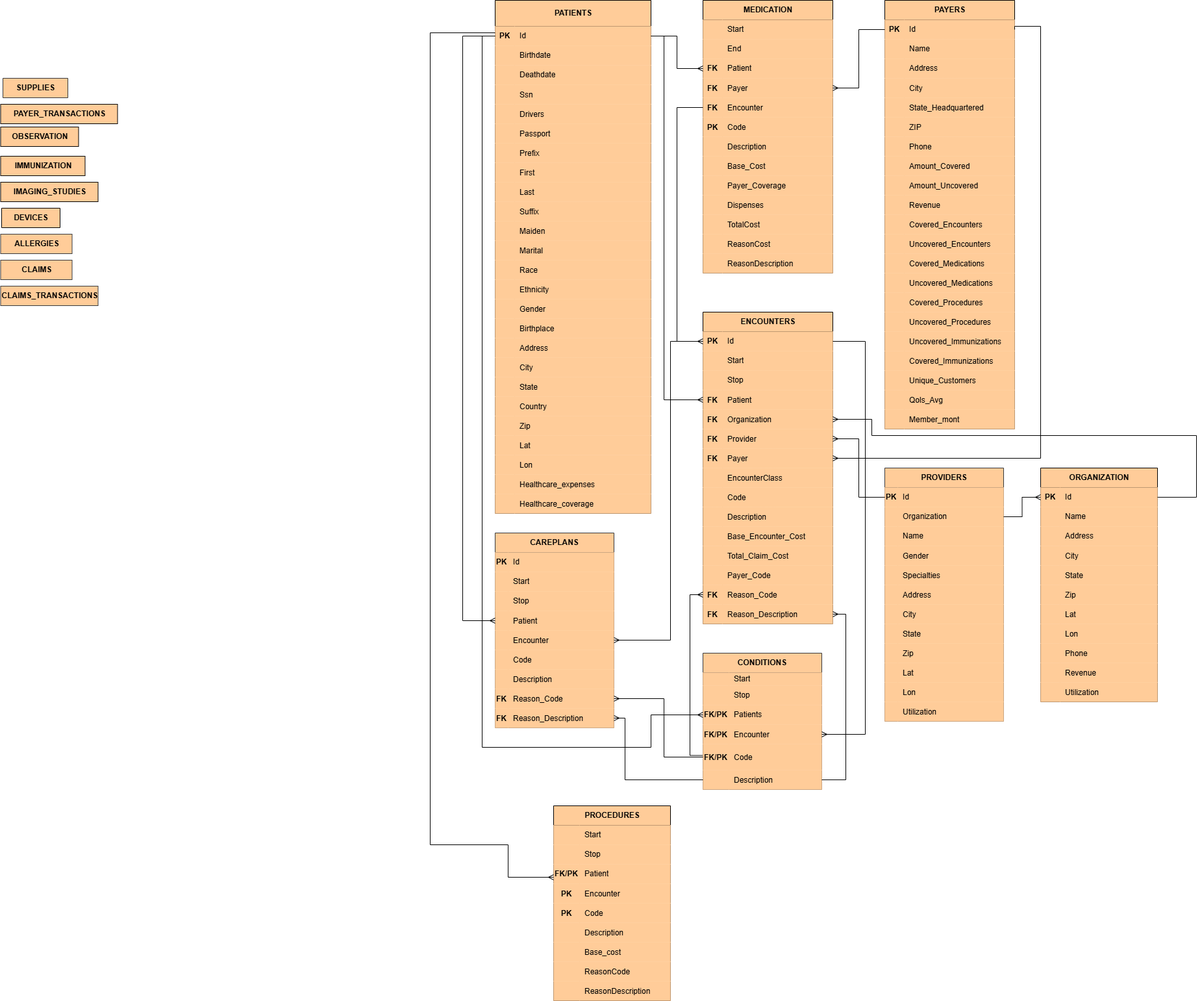
Above: BigDataProject.drawio.png in UtsuroNoArashi/BigDataProject (draw.io), before the change. Source tidied: cells renumbered, new cells last; positions are measured from the earlier drawing's top-left corner, leaving out a move shared by most shapes.
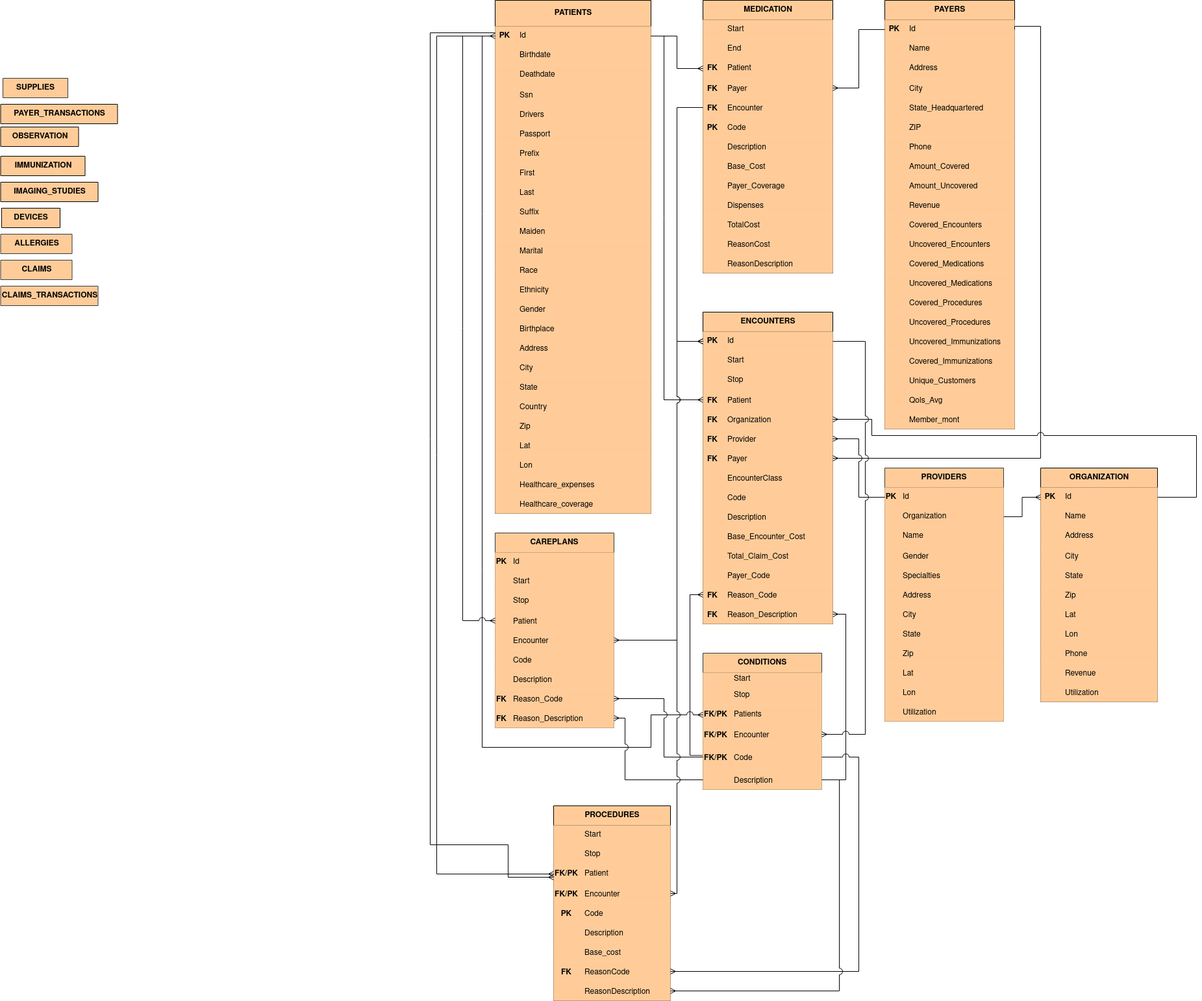
Above is the later version.

Change to the diagram source:
```diff
@@ -152,7 +152,7 @@
     <mxCell id="51" style="shape=tableRow;horizontal=0;startSize=0;swimlaneHead=0;swimlaneBody=0;fillColor=light-dark(#FFCC99,#B98351);points=[[0,0.5],[1,0.5]];portConstraint=eastwest;top=0;left=0;right=0;bottom=0;strokeColor=default;fontColor=light-dark(#000000,#000000);" parent="41" vertex="1">
       <mxGeometry y="120" width="180" height="30" as="geometry" />
     </mxCell>
-    <mxCell id="52" value="PK" style="shape=partialRectangle;fillColor=light-dark(#FFCC99,#B98351);top=0;left=0;bottom=0;right=0;overflow=hidden;strokeColor=default;fontColor=light-dark(#000000,#000000);fontStyle=1;" parent="51" vertex="1">
+    <mxCell id="52" value="FK/PK" style="shape=partialRectangle;fillColor=light-dark(#FFCC99,#B98351);top=0;left=0;bottom=0;right=0;overflow=hidden;strokeColor=default;fontColor=light-dark(#000000,#000000);fontStyle=1;" parent="51" vertex="1">
       <mxGeometry width="40" height="30" as="geometry" />
     </mxCell>
     <mxCell id="53" value="Encounter" style="shape=partialRectangle;fillColor=light-dark(#FFCC99,#B98351);top=0;left=0;bottom=0;right=0;align=left;spacingLeft=6;overflow=hidden;strokeColor=default;fontColor=light-dark(#000000,#000000);" parent="51" vertex="1">
@@ -188,7 +188,7 @@
     <mxCell id="63" style="shape=tableRow;horizontal=0;startSize=0;swimlaneHead=0;swimlaneBody=0;fillColor=light-dark(#FFCC99,#B98351);points=[[0,0.5],[1,0.5]];portConstraint=eastwest;top=0;left=0;right=0;bottom=0;strokeColor=default;fontColor=light-dark(#000000,#000000);" parent="41" vertex="1">
       <mxGeometry y="240" width="180" height="30" as="geometry" />
     </mxCell>
-    <mxCell id="64" value="    " style="shape=partialRectangle;fillColor=light-dark(#FFCC99,#B98351);top=0;left=0;bottom=0;right=0;overflow=hidden;strokeColor=default;fontColor=light-dark(#000000,#000000);" parent="63" vertex="1">
+    <mxCell id="64" value="FK" style="shape=partialRectangle;fillColor=light-dark(#FFCC99,#B98351);top=0;left=0;bottom=0;right=0;overflow=hidden;strokeColor=default;fontColor=light-dark(#000000,#000000);fontStyle=1;" parent="63" vertex="1">
       <mxGeometry width="40" height="30" as="geometry" />
     </mxCell>
     <mxCell id="65" value="ReasonCode" style="shape=partialRectangle;fillColor=light-dark(#FFCC99,#B98351);top=0;left=0;bottom=0;right=0;align=left;spacingLeft=6;overflow=hidden;strokeColor=default;fontColor=light-dark(#000000,#000000);" parent="63" vertex="1">
@@ -1088,7 +1088,7 @@
     <mxCell id="363" value="DEVICES" style="shape=table;startSize=30;rowLines=0;fontStyle=1;align=center;html=1;fillColor=light-dark(#FFCC99,#B98351);fontColor=light-dark(#000000,#000000);" parent="1" vertex="1" collapsed="1">
       <mxGeometry x="2" y="320" width="90" height="30" as="geometry" />
     </mxCell>
-    <mxCell id="364" style="edgeStyle=orthogonalEdgeStyle;rounded=0;jettySize=auto;html=1;exitX=1;exitY=0.5;exitDx=0;exitDy=0;endArrow=none;endFill=0;startFill=0;startArrow=ERmany;entryX=1;entryY=0.5;entryDx=0;entryDy=0;" parent="1" edge="1" source="336" target="99">
+    <mxCell id="364" style="edgeStyle=orthogonalEdgeStyle;rounded=0;jettySize=auto;html=1;exitX=1;exitY=0.5;exitDx=0;exitDy=0;endArrow=none;endFill=0;startFill=0;startArrow=ERmany;entryX=1;entryY=0.5;entryDx=0;entryDy=0;jumpStyle=arc;jumpSize=10;" parent="1" edge="1" source="336" target="99">
       <mxGeometry relative="1" as="geometry">
         <Array as="points">
           <mxPoint x="1602" y="705" />
@@ -1097,7 +1097,7 @@
         </Array>
       </mxGeometry>
     </mxCell>
-    <mxCell id="365" style="edgeStyle=orthogonalEdgeStyle;rounded=0;jettySize=auto;html=1;exitX=0;exitY=0.5;exitDx=0;exitDy=0;entryX=0;entryY=0.5;entryDx=0;entryDy=0;endArrow=ERmany;endFill=0;" parent="1" edge="1" source="287" target="318">
+    <mxCell id="365" style="edgeStyle=orthogonalEdgeStyle;rounded=0;jettySize=auto;html=1;exitX=0;exitY=0.5;exitDx=0;exitDy=0;entryX=0;entryY=0.5;entryDx=0;entryDy=0;endArrow=ERmany;endFill=0;jumpStyle=arc;jumpSize=10;" parent="1" edge="1" source="287" target="318">
       <mxGeometry relative="1" as="geometry">
         <Array as="points">
           <mxPoint x="1042" y="165" />
@@ -1105,7 +1105,7 @@
         </Array>
       </mxGeometry>
     </mxCell>
-    <mxCell id="366" style="edgeStyle=orthogonalEdgeStyle;rounded=0;jettySize=auto;html=1;entryX=0;entryY=0.5;entryDx=0;entryDy=0;endArrow=ERmany;endFill=0;exitX=1;exitY=0.5;exitDx=0;exitDy=0;" parent="1" edge="1" source="164" target="327">
+    <mxCell id="366" style="edgeStyle=orthogonalEdgeStyle;rounded=0;jettySize=auto;html=1;entryX=0;entryY=0.5;entryDx=0;entryDy=0;endArrow=ERmany;endFill=0;exitX=1;exitY=0.5;exitDx=0;exitDy=0;jumpStyle=arc;jumpSize=10;" parent="1" edge="1" source="164" target="327">
       <mxGeometry relative="1" as="geometry">
         <Array as="points">
           <mxPoint x="1022" y="55" />
@@ -1113,13 +1113,13 @@
         </Array>
       </mxGeometry>
     </mxCell>
-    <mxCell id="367" style="edgeStyle=orthogonalEdgeStyle;rounded=0;jettySize=auto;html=1;exitX=1;exitY=0.5;exitDx=0;exitDy=0;endArrow=ERmany;endFill=0;" parent="1" edge="1" source="164" target="281">
+    <mxCell id="367" style="edgeStyle=orthogonalEdgeStyle;rounded=0;jettySize=auto;html=1;exitX=1;exitY=0.5;exitDx=0;exitDy=0;endArrow=ERmany;endFill=0;jumpStyle=arc;jumpSize=10;" parent="1" edge="1" source="164" target="281">
       <mxGeometry relative="1" as="geometry" />
     </mxCell>
-    <mxCell id="368" style="edgeStyle=orthogonalEdgeStyle;rounded=0;jettySize=auto;html=1;exitX=0;exitY=0.5;exitDx=0;exitDy=0;entryX=1;entryY=0.5;entryDx=0;entryDy=0;endArrow=ERmany;endFill=0;" parent="1" edge="1" source="99" target="284">
+    <mxCell id="368" style="edgeStyle=orthogonalEdgeStyle;rounded=0;jettySize=auto;html=1;exitX=0;exitY=0.5;exitDx=0;exitDy=0;entryX=1;entryY=0.5;entryDx=0;entryDy=0;endArrow=ERmany;endFill=0;jumpStyle=arc;jumpSize=10;" parent="1" edge="1" source="99" target="284">
       <mxGeometry relative="1" as="geometry" />
     </mxCell>
-    <mxCell id="369" style="edgeStyle=orthogonalEdgeStyle;rounded=0;jettySize=auto;html=1;exitX=1;exitY=0.5;exitDx=0;exitDy=0;entryX=1;entryY=0.5;entryDx=0;entryDy=0;endArrow=ERmany;endFill=0;" parent="1" edge="1" source="240" target="330">
+    <mxCell id="369" style="edgeStyle=orthogonalEdgeStyle;rounded=0;jettySize=auto;html=1;exitX=1;exitY=0.5;exitDx=0;exitDy=0;entryX=1;entryY=0.5;entryDx=0;entryDy=0;endArrow=ERmany;endFill=0;jumpStyle=arc;jumpSize=10;" parent="1" edge="1" source="240" target="330">
       <mxGeometry relative="1" as="geometry">
         <Array as="points">
           <mxPoint x="1842" y="765" />
@@ -1129,10 +1129,10 @@
         </Array>
       </mxGeometry>
     </mxCell>
-    <mxCell id="370" style="edgeStyle=orthogonalEdgeStyle;rounded=0;jettySize=auto;html=1;exitX=0;exitY=0.5;exitDx=0;exitDy=0;endArrow=ERmany;endFill=0;" parent="1" edge="1" source="4" target="333">
+    <mxCell id="370" style="edgeStyle=orthogonalEdgeStyle;rounded=0;jettySize=auto;html=1;exitX=0;exitY=0.5;exitDx=0;exitDy=0;endArrow=ERmany;endFill=0;jumpStyle=arc;jumpSize=10;" parent="1" edge="1" source="4" target="333">
       <mxGeometry relative="1" as="geometry" />
     </mxCell>
-    <mxCell id="371" style="edgeStyle=orthogonalEdgeStyle;rounded=0;jettySize=auto;html=1;exitX=0;exitY=0.75;exitDx=0;exitDy=0;endArrow=ERmany;endFill=0;" parent="1" edge="1" source="372" target="357">
+    <mxCell id="371" style="edgeStyle=orthogonalEdgeStyle;rounded=0;jettySize=auto;html=1;exitX=0;exitY=0.75;exitDx=0;exitDy=0;endArrow=ERmany;endFill=0;jumpStyle=arc;jumpSize=10;" parent="1" edge="1" source="372" target="357">
       <mxGeometry relative="1" as="geometry">
         <Array as="points">
           <mxPoint x="1062" y="1163" />
@@ -1197,13 +1197,13 @@
     <mxCell id="390" value="Description" style="shape=partialRectangle;fillColor=light-dark(#FFCC99,#B98351);top=0;left=0;bottom=0;right=0;align=left;spacingLeft=6;overflow=hidden;strokeColor=default;fontColor=light-dark(#000000,#000000);" parent="388" vertex="1">
       <mxGeometry x="40" width="143" height="30" as="geometry" />
     </mxCell>
-    <mxCell id="391" style="edgeStyle=orthogonalEdgeStyle;rounded=0;jettySize=auto;html=1;exitX=1;exitY=0.5;exitDx=0;exitDy=0;entryX=1;entryY=0.5;entryDx=0;entryDy=0;endArrow=ERmany;endFill=0;" parent="1" edge="1" source="388" target="360">
+    <mxCell id="391" style="edgeStyle=orthogonalEdgeStyle;rounded=0;jettySize=auto;html=1;exitX=1;exitY=0.5;exitDx=0;exitDy=0;entryX=1;entryY=0.5;entryDx=0;entryDy=0;endArrow=ERmany;endFill=0;jumpStyle=arc;jumpSize=10;" parent="1" edge="1" source="388" target="360">
       <mxGeometry relative="1" as="geometry" />
     </mxCell>
-    <mxCell id="392" style="edgeStyle=orthogonalEdgeStyle;rounded=0;jettySize=auto;html=1;exitX=1;exitY=0.5;exitDx=0;exitDy=0;entryX=0;entryY=0.5;entryDx=0;entryDy=0;endArrow=ERmany;endFill=0;" parent="1" edge="1" source="7" target="240">
+    <mxCell id="392" style="edgeStyle=orthogonalEdgeStyle;rounded=0;jettySize=auto;html=1;exitX=1;exitY=0.5;exitDx=0;exitDy=0;entryX=0;entryY=0.5;entryDx=0;entryDy=0;endArrow=ERmany;endFill=0;jumpStyle=arc;jumpSize=10;" parent="1" edge="1" source="7" target="240">
       <mxGeometry relative="1" as="geometry" />
     </mxCell>
-    <mxCell id="393" style="edgeStyle=orthogonalEdgeStyle;rounded=0;jettySize=auto;html=1;exitX=1;exitY=0.5;exitDx=0;exitDy=0;entryX=1;entryY=0.5;entryDx=0;entryDy=0;endArrow=ERmany;endFill=0;" parent="1" edge="1" source="318" target="382">
+    <mxCell id="393" style="edgeStyle=orthogonalEdgeStyle;rounded=0;jettySize=auto;html=1;exitX=1;exitY=0.5;exitDx=0;exitDy=0;entryX=1;entryY=0.5;entryDx=0;entryDy=0;endArrow=ERmany;endFill=0;jumpStyle=arc;jumpSize=10;" parent="1" edge="1" source="318" target="382">
       <mxGeometry relative="1" as="geometry">
         <Array as="points">
           <mxPoint x="1332" y="525" />
@@ -1211,7 +1211,7 @@
         </Array>
       </mxGeometry>
     </mxCell>
-    <mxCell id="394" style="edgeStyle=orthogonalEdgeStyle;rounded=0;jettySize=auto;html=1;exitX=0;exitY=0.5;exitDx=0;exitDy=0;entryX=0;entryY=0.5;entryDx=0;entryDy=0;endArrow=ERmany;endFill=0;" parent="1" edge="1" source="164" target="379">
+    <mxCell id="394" style="edgeStyle=orthogonalEdgeStyle;rounded=0;jettySize=auto;html=1;exitX=0;exitY=0.5;exitDx=0;exitDy=0;entryX=0;entryY=0.5;entryDx=0;entryDy=0;endArrow=ERmany;endFill=0;jumpStyle=arc;jumpSize=10;" parent="1" edge="1" source="164" target="379">
       <mxGeometry relative="1" as="geometry">
         <Array as="points">
           <mxPoint x="742" y="55" />
@@ -1221,7 +1221,7 @@
         </Array>
       </mxGeometry>
     </mxCell>
-    <mxCell id="395" style="edgeStyle=orthogonalEdgeStyle;rounded=0;jettySize=auto;html=1;exitX=0;exitY=0.5;exitDx=0;exitDy=0;entryX=0;entryY=0.5;entryDx=0;entryDy=0;endArrow=ERmany;endFill=0;" parent="1" edge="1" source="164" target="79">
+    <mxCell id="395" style="edgeStyle=orthogonalEdgeStyle;rounded=0;jettySize=auto;html=1;exitX=0;exitY=0.5;exitDx=0;exitDy=0;entryX=0;entryY=0.5;entryDx=0;entryDy=0;endArrow=ERmany;endFill=0;jumpStyle=arc;jumpSize=10;" parent="1" edge="1" source="164" target="79">
       <mxGeometry relative="1" as="geometry">
         <Array as="points">
           <mxPoint x="712" y="55" />
@@ -1229,15 +1229,15 @@
         </Array>
       </mxGeometry>
     </mxCell>
-    <mxCell id="396" style="edgeStyle=orthogonalEdgeStyle;rounded=0;jettySize=auto;html=1;exitX=1;exitY=0.5;exitDx=0;exitDy=0;endArrow=none;startFill=0;startArrow=ERmany;" parent="1" edge="1" source="82" target="318">
+    <mxCell id="396" style="edgeStyle=orthogonalEdgeStyle;rounded=0;jettySize=auto;html=1;exitX=1;exitY=0.5;exitDx=0;exitDy=0;endArrow=none;startFill=0;startArrow=ERmany;jumpStyle=arc;jumpSize=10;" parent="1" edge="1" source="82" target="318">
       <mxGeometry relative="1" as="geometry">
         <Array as="points">
-          <mxPoint x="1032" y="985" />
-          <mxPoint x="1032" y="525" />
+          <mxPoint x="1042" y="985" />
+          <mxPoint x="1042" y="525" />
         </Array>
       </mxGeometry>
     </mxCell>
-    <mxCell id="397" style="edgeStyle=orthogonalEdgeStyle;rounded=0;jettySize=auto;html=1;exitX=1;exitY=0.5;exitDx=0;exitDy=0;entryX=0;entryY=0.5;entryDx=0;entryDy=0;endArrow=none;startFill=0;startArrow=ERmany;" parent="1" edge="1" source="91" target="385">
+    <mxCell id="397" style="edgeStyle=orthogonalEdgeStyle;rounded=0;jettySize=auto;html=1;exitX=1;exitY=0.5;exitDx=0;exitDy=0;entryX=0;entryY=0.5;entryDx=0;entryDy=0;endArrow=none;startFill=0;startArrow=ERmany;jumpStyle=arc;jumpSize=10;" parent="1" edge="1" source="91" target="385">
       <mxGeometry relative="1" as="geometry">
         <Array as="points">
           <mxPoint x="1022" y="1075" />
@@ -1245,7 +1245,7 @@
         </Array>
       </mxGeometry>
     </mxCell>
-    <mxCell id="398" style="edgeStyle=orthogonalEdgeStyle;rounded=0;jettySize=auto;html=1;exitX=1;exitY=0.5;exitDx=0;exitDy=0;entryX=0;entryY=0.5;entryDx=0;entryDy=0;endArrow=none;startFill=0;startArrow=ERmany;" parent="1" edge="1" source="94" target="388">
+    <mxCell id="398" style="edgeStyle=orthogonalEdgeStyle;rounded=0;jettySize=auto;html=1;exitX=1;exitY=0.5;exitDx=0;exitDy=0;entryX=0;entryY=0.5;entryDx=0;entryDy=0;endArrow=none;startFill=0;startArrow=ERmany;jumpStyle=arc;jumpSize=10;" parent="1" edge="1" source="94" target="388">
       <mxGeometry relative="1" as="geometry">
         <Array as="points">
           <mxPoint x="962" y="1105" />
@@ -1253,6 +1253,14 @@
         </Array>
       </mxGeometry>
     </mxCell>
+    <mxCell id="400" style="edgeStyle=orthogonalEdgeStyle;rounded=0;jettySize=auto;html=1;exitX=0;exitY=0.5;exitDx=0;exitDy=0;entryX=0;entryY=0.5;entryDx=0;entryDy=0;endArrow=ERmany;endFill=0;startArrow=ERmany;startFill=0;jumpStyle=arc;jumpSize=10;" parent="1" edge="1" source="48" target="164">
+      <mxGeometry relative="1" as="geometry">
+        <Array as="points">
+          <mxPoint x="672" y="1345" />
+          <mxPoint x="672" y="55" />
+        </Array>
+      </mxGeometry>
+    </mxCell>
     <mxCell id="399" style="edgeStyle=orthogonalEdgeStyle;rounded=0;jettySize=auto;html=1;endArrow=ERmany;endFill=0;" parent="1" edge="1" source="164" target="48">
       <mxGeometry relative="1" as="geometry">
         <Array as="points">
@@ -1263,5 +1271,29 @@
         </Array>
       </mxGeometry>
     </mxCell>
+    <mxCell id="401" style="edgeStyle=orthogonalEdgeStyle;rounded=0;jettySize=auto;html=1;exitX=0;exitY=0.5;exitDx=0;exitDy=0;startArrow=ERmany;startFill=0;endArrow=ERmany;endFill=0;jumpStyle=arc;jumpSize=10;" parent="1" edge="1" source="318" target="51">
+      <mxGeometry relative="1" as="geometry">
+        <Array as="points">
+          <mxPoint x="1042" y="525" />
+          <mxPoint x="1042" y="1375" />
+        </Array>
+      </mxGeometry>
+    </mxCell>
+    <mxCell id="402" style="edgeStyle=orthogonalEdgeStyle;rounded=0;jettySize=auto;html=1;exitX=1;exitY=0.5;exitDx=0;exitDy=0;entryX=1;entryY=0.5;entryDx=0;entryDy=0;jumpStyle=arc;jumpSize=10;endArrow=none;endFill=0;startArrow=ERmany;startFill=0;" parent="1" edge="1" source="63" target="385">
+      <mxGeometry relative="1" as="geometry">
+        <Array as="points">
+          <mxPoint x="1322" y="1495" />
+          <mxPoint x="1322" y="1165" />
+        </Array>
+      </mxGeometry>
+    </mxCell>
+    <mxCell id="403" style="edgeStyle=orthogonalEdgeStyle;rounded=0;jettySize=auto;html=1;exitX=1;exitY=0.5;exitDx=0;exitDy=0;entryX=1;entryY=0.5;entryDx=0;entryDy=0;endArrow=ERmany;endFill=0;jumpSize=10;jumpStyle=arc;" parent="1" edge="1" source="388" target="66">
+      <mxGeometry relative="1" as="geometry">
+        <Array as="points">
+          <mxPoint x="1292" y="1200" />
+          <mxPoint x="1292" y="1525" />
+        </Array>
+      </mxGeometry>
+    </mxCell>
   </root>
 </mxGraphModel>
```
